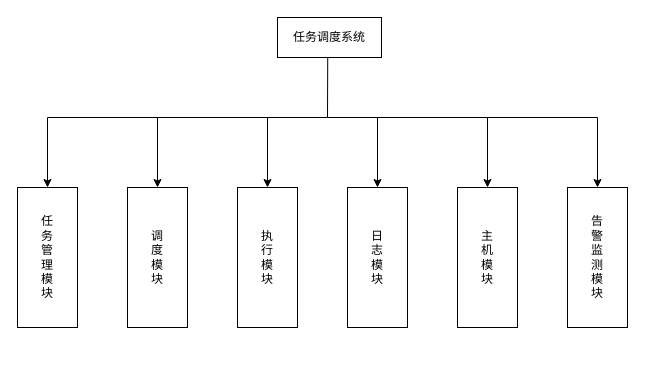
Earlier version of the draw.io diagram 功能模块.drawio (tianshengdiwangK/common). Source tidied: cells renumbered, new cells numbered last; positions are measured from the earlier drawing's top-left corner, leaving out a move shared by most shapes. Both pictures are drawn from the tidied source at 100%, with x=0, y=0 at pixel (17, 17).
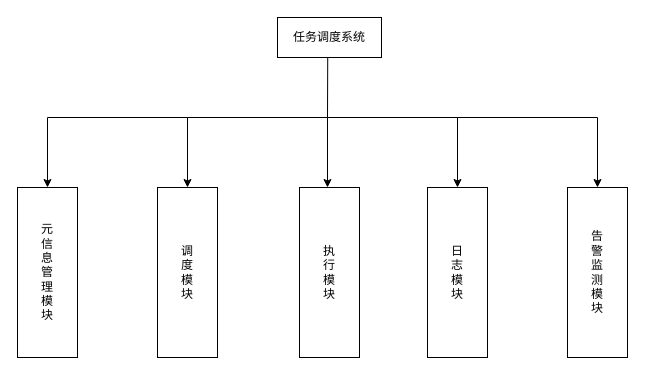
The same page after the edit.

Commit message:
更新功能模块.drawio

What changed in the source:
```diff
@@
-    <mxCell id="3" value="任&lt;br&gt;务&lt;br&gt;管&lt;br&gt;理&lt;br&gt;模&lt;br&gt;块" style="rounded=0;whiteSpace=wrap;html=1;" parent="1" vertex="1">
-      <mxGeometry y="170" width="60" height="140" as="geometry" />
+    <mxCell id="3" value="元&lt;br&gt;信&lt;br&gt;息&lt;br&gt;管&lt;br&gt;理&lt;br&gt;模&lt;br&gt;块" style="rounded=0;whiteSpace=wrap;html=1;" parent="1" vertex="1">
+      <mxGeometry y="170" width="60" height="170" as="geometry" />
     </mxCell>
@@
     <mxCell id="5" value="调&lt;br&gt;度&lt;br&gt;模&lt;br&gt;块" style="rounded=0;whiteSpace=wrap;html=1;" parent="1" vertex="1">
-      <mxGeometry x="110" y="170" width="60" height="140" as="geometry" />
+      <mxGeometry x="140" y="170" width="60" height="170" as="geometry" />
     </mxCell>
     <mxCell id="6" value="执&lt;br&gt;行&lt;br&gt;模&lt;br&gt;块" style="rounded=0;whiteSpace=wrap;html=1;" parent="1" vertex="1">
-      <mxGeometry x="220" y="170" width="60" height="140" as="geometry" />
+      <mxGeometry x="282" y="170" width="60" height="170" as="geometry" />
     </mxCell>
     <mxCell id="7" value="日&lt;br&gt;志&lt;br&gt;模&lt;br&gt;块" style="rounded=0;whiteSpace=wrap;html=1;" parent="1" vertex="1">
-      <mxGeometry x="330" y="170" width="60" height="140" as="geometry" />
+      <mxGeometry x="410" y="170" width="60" height="170" as="geometry" />
     </mxCell>
-    <mxCell id="8" value="主&lt;br&gt;机&lt;br&gt;模&lt;br&gt;块" style="rounded=0;whiteSpace=wrap;html=1;" parent="1" vertex="1">
-      <mxGeometry x="440" y="170" width="60" height="140" as="geometry" />
-    </mxCell>
     <mxCell id="9" value="告&lt;br&gt;警&lt;br&gt;监&lt;br&gt;测&lt;br&gt;模&lt;br&gt;块" style="rounded=0;whiteSpace=wrap;html=1;" parent="1" vertex="1">
-      <mxGeometry x="550" y="170" width="60" height="140" as="geometry" />
+      <mxGeometry x="550" y="170" width="60" height="170" as="geometry" />
     </mxCell>
     <mxCell id="10" style="endArrow=classic;html=1;rounded=0;entryX=0.5;entryY=0;entryDx=0;entryDy=0;" parent="1" edge="1" target="5">
       <mxGeometry relative="1" as="geometry">
-        <mxPoint x="140" y="100" as="sourcePoint" />
+        <mxPoint x="170" y="100" as="sourcePoint" />
       </mxGeometry>
     </mxCell>
-    <mxCell id="11" style="endArrow=classic;html=1;rounded=0;entryX=0.5;entryY=0;entryDx=0;entryDy=0;" parent="1" edge="1" target="6">
+    <mxCell id="11" style="endArrow=classic;html=1;rounded=0;" parent="1" edge="1">
       <mxGeometry relative="1" as="geometry">
-        <mxPoint x="250" y="100" as="sourcePoint" />
+        <mxPoint x="310" y="100" as="sourcePoint" />
+        <mxPoint x="310" y="170" as="targetPoint" />
       </mxGeometry>
     </mxCell>
@@
     <mxCell id="13" style="endArrow=classic;html=1;rounded=0;entryX=0.5;entryY=0;entryDx=0;entryDy=0;" parent="1" edge="1" target="7">
       <mxGeometry relative="1" as="geometry">
-        <mxPoint x="360" y="100" as="sourcePoint" />
+        <mxPoint x="440" y="100" as="sourcePoint" />
       </mxGeometry>
     </mxCell>
-    <mxCell id="14" style="endArrow=classic;html=1;rounded=0;entryX=0.5;entryY=0;entryDx=0;entryDy=0;" parent="1" edge="1" target="8">
-      <mxGeometry relative="1" as="geometry">
-        <mxPoint x="470" y="100" as="sourcePoint" />
-      </mxGeometry>
-    </mxCell>
```
